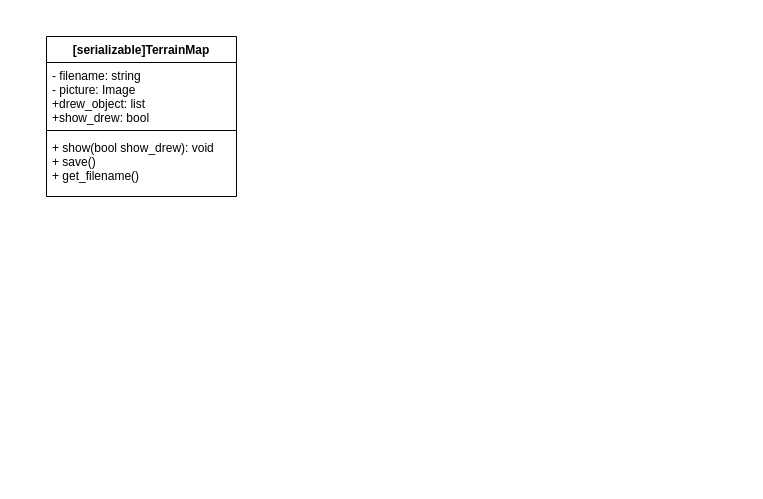
Before: page "DataStructures" (4 of 4) of Untitled Diagram (2).drawio in Vladislav-Zhokhov/Common, a draw.io diagram. Source tidied: cells renumbered, new cells numbered last; positions are measured from the earlier drawing's top-left corner, leaving out a move shared by most shapes. Both pictures are drawn from the tidied source at 100%, with x=0, y=0 at pixel (46, 36).
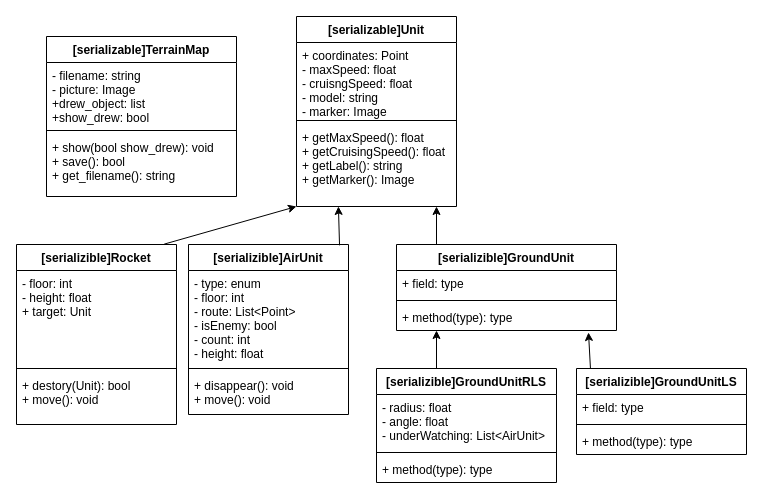
Above is the later version.

Unchanged cells that the change refers to:
```xml
<mxCell id="2" value="[serializable]TerrainMap" style="swimlane;fontStyle=1;align=center;verticalAlign=top;horizontal=1;startSize=26;" parent="1" vertex="1">
  <mxGeometry width="190" height="160" as="geometry" />
</mxCell>
```

Diff of the diagram source:
```diff
@@
-    <mxCell id="5" value="+ show(bool show_drew): void&#10;+ save()&#10;+ get_filename()" style="text;strokeColor=none;fillColor=none;align=left;verticalAlign=top;spacingLeft=4;spacingRight=4;overflow=hidden;" parent="2" vertex="1">
+    <mxCell id="5" value="+ show(bool show_drew): void&#10;+ save(): bool&#10;+ get_filename(): string" style="text;strokeColor=none;fillColor=none;align=left;verticalAlign=top;spacingLeft=4;spacingRight=4;overflow=hidden;" parent="2" vertex="1">
       <mxGeometry y="98" width="190" height="62" as="geometry" />
     </mxCell>
+    <mxCell id="6" value="[serializable]Unit" style="swimlane;fontStyle=1;align=center;verticalAlign=top;horizontal=1;startSize=26;" parent="1" vertex="1">
+      <mxGeometry x="250" y="-20" width="160" height="190" as="geometry" />
+    </mxCell>
+    <mxCell id="7" value="+ coordinates: Point&#10;- maxSpeed: float&#10;- cruisngSpeed: float&#10;- model: string&#10;- marker: Image" style="text;strokeColor=none;fillColor=none;align=left;verticalAlign=top;spacingLeft=4;spacingRight=4;overflow=hidden;" parent="6" vertex="1">
+      <mxGeometry y="26" width="160" height="74" as="geometry" />
+    </mxCell>
+    <mxCell id="8" style="line;strokeWidth=1;fillColor=none;align=left;verticalAlign=middle;spacingTop=-1;spacingLeft=3;spacingRight=3;labelPosition=right;" parent="6" vertex="1">
+      <mxGeometry y="100" width="160" height="8" as="geometry" />
+    </mxCell>
+    <mxCell id="9" value="+ getMaxSpeed(): float&#10;+ getCruisingSpeed(): float&#10;+ getLabel(): string&#10;+ getMarker(): Image" style="text;strokeColor=none;fillColor=none;align=left;verticalAlign=top;spacingLeft=4;spacingRight=4;overflow=hidden;points=[[0,0.5],[1,0.5]];portConstraint=eastwest;" parent="6" vertex="1">
+      <mxGeometry y="108" width="160" height="82" as="geometry" />
+    </mxCell>
+    <mxCell id="10" value="[serializible]AirUnit" style="swimlane;fontStyle=1;align=center;verticalAlign=top;horizontal=1;startSize=26;" parent="1" vertex="1">
+      <mxGeometry x="142" y="208" width="160" height="170" as="geometry" />
+    </mxCell>
+    <mxCell id="11" value="- type: enum&#10;- floor: int&#10;- route: List&lt;Point&gt;&#10;- isEnemy: bool&#10;- count: int&#10;- height: float&#10;" style="text;strokeColor=none;fillColor=none;align=left;verticalAlign=top;spacingLeft=4;spacingRight=4;overflow=hidden;" parent="10" vertex="1">
+      <mxGeometry y="26" width="160" height="94" as="geometry" />
+    </mxCell>
+    <mxCell id="12" style="line;strokeWidth=1;fillColor=none;align=left;verticalAlign=middle;spacingTop=-1;spacingLeft=3;spacingRight=3;labelPosition=right;" parent="10" vertex="1">
+      <mxGeometry y="120" width="160" height="8" as="geometry" />
+    </mxCell>
+    <mxCell id="13" value="+ disappear(): void&#10;+ move(): void" style="text;strokeColor=none;fillColor=none;align=left;verticalAlign=top;spacingLeft=4;spacingRight=4;overflow=hidden;" parent="10" vertex="1">
+      <mxGeometry y="128" width="160" height="42" as="geometry" />
+    </mxCell>
+    <mxCell id="14" value="[serializible]GroundUnit" style="swimlane;fontStyle=1;align=center;verticalAlign=top;horizontal=1;startSize=26;" parent="1" vertex="1">
+      <mxGeometry x="350" y="208" width="220" height="86" as="geometry" />
+    </mxCell>
+    <mxCell id="15" value="+ field: type" style="text;strokeColor=none;fillColor=none;align=left;verticalAlign=top;spacingLeft=4;spacingRight=4;overflow=hidden;" parent="14" vertex="1">
+      <mxGeometry y="26" width="220" height="26" as="geometry" />
+    </mxCell>
+    <mxCell id="16" style="line;strokeWidth=1;fillColor=none;align=left;verticalAlign=middle;spacingTop=-1;spacingLeft=3;spacingRight=3;labelPosition=right;" parent="14" vertex="1">
+      <mxGeometry y="52" width="220" height="8" as="geometry" />
+    </mxCell>
+    <mxCell id="17" value="+ method(type): type" style="text;strokeColor=none;fillColor=none;align=left;verticalAlign=top;spacingLeft=4;spacingRight=4;overflow=hidden;" parent="14" vertex="1">
+      <mxGeometry y="60" width="220" height="26" as="geometry" />
+    </mxCell>
+    <mxCell id="18" style="endArrow=classic;html=1;exitX=0.944;exitY=0.005;exitDx=0;exitDy=0;exitPerimeter=0;entryX=0.262;entryY=0.999;entryDx=0;entryDy=0;entryPerimeter=0;" parent="1" edge="1" source="10" target="9">
+      <mxGeometry relative="1" as="geometry" />
+    </mxCell>
+    <mxCell id="19" style="endArrow=classic;html=1;exitX=0.75;exitY=0;exitDx=0;exitDy=0;entryX=0.875;entryY=1;entryDx=0;entryDy=0;entryPerimeter=0;" parent="1" edge="1" target="9">
+      <mxGeometry relative="1" as="geometry">
+        <mxPoint x="390" y="208" as="sourcePoint" />
+      </mxGeometry>
+    </mxCell>
+    <mxCell id="20" value="[serializible]GroundUnitRLS" style="swimlane;fontStyle=1;align=center;verticalAlign=top;horizontal=1;startSize=26;" parent="1" vertex="1">
+      <mxGeometry x="330" y="332" width="180" height="114" as="geometry" />
+    </mxCell>
+    <mxCell id="21" value="- radius: float&#10;- angle: float&#10;- underWatching: List&lt;AirUnit&gt;" style="text;strokeColor=none;fillColor=none;align=left;verticalAlign=top;spacingLeft=4;spacingRight=4;overflow=hidden;" parent="20" vertex="1">
+      <mxGeometry y="26" width="180" height="54" as="geometry" />
+    </mxCell>
+    <mxCell id="22" style="line;strokeWidth=1;fillColor=none;align=left;verticalAlign=middle;spacingTop=-1;spacingLeft=3;spacingRight=3;labelPosition=right;" parent="20" vertex="1">
+      <mxGeometry y="80" width="180" height="8" as="geometry" />
+    </mxCell>
+    <mxCell id="23" value="+ method(type): type" style="text;strokeColor=none;fillColor=none;align=left;verticalAlign=top;spacingLeft=4;spacingRight=4;overflow=hidden;" parent="20" vertex="1">
+      <mxGeometry y="88" width="180" height="26" as="geometry" />
+    </mxCell>
+    <mxCell id="24" style="endArrow=classic;html=1;exitX=0.75;exitY=0;exitDx=0;exitDy=0;" parent="1" edge="1">
+      <mxGeometry relative="1" as="geometry">
+        <mxPoint x="390" y="332" as="sourcePoint" />
+        <mxPoint x="390" y="294" as="targetPoint" />
+      </mxGeometry>
+    </mxCell>
+    <mxCell id="25" value="[serializible]GroundUnitLS" style="swimlane;fontStyle=1;align=center;verticalAlign=top;horizontal=1;startSize=26;" parent="1" vertex="1">
+      <mxGeometry x="530" y="332" width="170" height="86" as="geometry" />
+    </mxCell>
+    <mxCell id="26" value="+ field: type" style="text;strokeColor=none;fillColor=none;align=left;verticalAlign=top;spacingLeft=4;spacingRight=4;overflow=hidden;" parent="25" vertex="1">
+      <mxGeometry y="26" width="170" height="26" as="geometry" />
+    </mxCell>
+    <mxCell id="27" style="line;strokeWidth=1;fillColor=none;align=left;verticalAlign=middle;spacingTop=-1;spacingLeft=3;spacingRight=3;labelPosition=right;" parent="25" vertex="1">
+      <mxGeometry y="52" width="170" height="8" as="geometry" />
+    </mxCell>
+    <mxCell id="28" value="+ method(type): type" style="text;strokeColor=none;fillColor=none;align=left;verticalAlign=top;spacingLeft=4;spacingRight=4;overflow=hidden;" parent="25" vertex="1">
+      <mxGeometry y="60" width="170" height="26" as="geometry" />
+    </mxCell>
+    <mxCell id="29" style="endArrow=classic;html=1;exitX=0.082;exitY=-0.004;exitDx=0;exitDy=0;exitPerimeter=0;" parent="1" edge="1" source="25">
+      <mxGeometry relative="1" as="geometry">
+        <mxPoint x="542" y="296" as="targetPoint" />
+      </mxGeometry>
+    </mxCell>
+    <mxCell id="30" value="[serializible]Rocket" style="swimlane;fontStyle=1;align=center;verticalAlign=top;horizontal=1;startSize=26;" parent="1" vertex="1">
+      <mxGeometry x="-30" y="208" width="160" height="180" as="geometry" />
+    </mxCell>
+    <mxCell id="31" value="- floor: int&#10;- height: float&#10;+ target: Unit" style="text;strokeColor=none;fillColor=none;align=left;verticalAlign=top;spacingLeft=4;spacingRight=4;overflow=hidden;" parent="30" vertex="1">
+      <mxGeometry y="26" width="160" height="94" as="geometry" />
+    </mxCell>
+    <mxCell id="32" style="line;strokeWidth=1;fillColor=none;align=left;verticalAlign=middle;spacingTop=-1;spacingLeft=3;spacingRight=3;labelPosition=right;" parent="30" vertex="1">
+      <mxGeometry y="120" width="160" height="8" as="geometry" />
+    </mxCell>
+    <mxCell id="33" value="+ destory(Unit): bool&#10;+ move(): void&#10;" style="text;strokeColor=none;fillColor=none;align=left;verticalAlign=top;spacingLeft=4;spacingRight=4;overflow=hidden;" parent="30" vertex="1">
+      <mxGeometry y="128" width="160" height="52" as="geometry" />
+    </mxCell>
+    <mxCell id="34" style="endArrow=classic;html=1;exitX=0.923;exitY=-0.002;exitDx=0;exitDy=0;exitPerimeter=0;entryX=0;entryY=1;entryDx=0;entryDy=0;" parent="1" edge="1" source="30" target="6">
+      <mxGeometry relative="1" as="geometry" />
+    </mxCell>
```
